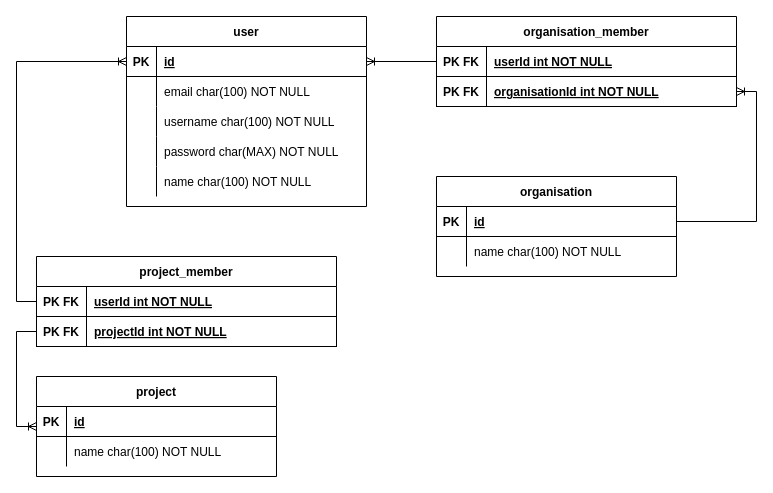
Earlier version of the draw.io diagram timeo.drawio (steffengeipel/timeo-api). Source tidied: cells renumbered, new cells numbered last; positions are measured from the earlier drawing's top-left corner, leaving out a move shared by most shapes. Both pictures are drawn from the tidied source at 100%, with x=0, y=0 at pixel (36, 16).
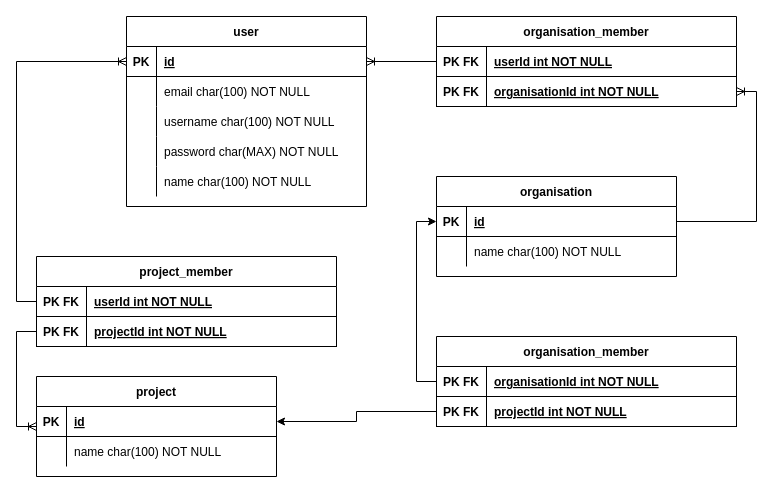
Above is the later version.

The change refers to these unchanged cells:
```xml
<mxCell id="3" style="shape=partialRectangle;fillColor=none;top=0;left=0;bottom=1;right=0;points=[[0,0.5],[1,0.5]];portConstraint=eastwest;" parent="2" vertex="1">
  <mxGeometry y="30" width="240" height="30" as="geometry" />
</mxCell>
<mxCell id="26" style="shape=partialRectangle;fillColor=none;top=0;left=0;bottom=1;right=0;points=[[0,0.5],[1,0.5]];portConstraint=eastwest;" parent="25" vertex="1">
  <mxGeometry y="30" width="240" height="30" as="geometry" />
</mxCell>
```

The edit, as a diff of the source:
```diff
@@
+    <mxCell id="50" value="organisation_member" style="shape=table;startSize=30;childLayout=tableLayout;rowLines=0;fontStyle=1;align=center;" parent="1" vertex="1">
+      <mxGeometry x="400" y="320" width="300" height="90" as="geometry" />
+    </mxCell>
+    <mxCell id="51" style="shape=partialRectangle;fillColor=none;top=0;left=0;bottom=1;right=0;points=[[0,0.5],[1,0.5]];portConstraint=eastwest;" parent="50" vertex="1">
+      <mxGeometry y="30" width="300" height="30" as="geometry" />
+    </mxCell>
+    <mxCell id="52" value="PK FK" style="shape=partialRectangle;fillColor=none;top=0;left=0;bottom=0;right=0;fontStyle=1;overflow=hidden;" parent="51" vertex="1">
+      <mxGeometry width="50" height="30" as="geometry" />
+    </mxCell>
+    <mxCell id="53" value="organisationId int NOT NULL" style="shape=partialRectangle;fillColor=none;top=0;left=0;bottom=0;right=0;align=left;spacingLeft=6;fontStyle=5;overflow=hidden;" parent="51" vertex="1">
+      <mxGeometry x="50" width="250" height="30" as="geometry" />
+    </mxCell>
+    <mxCell id="54" style="shape=partialRectangle;fillColor=none;top=0;left=0;bottom=1;right=0;points=[[0,0.5],[1,0.5]];portConstraint=eastwest;" parent="50" vertex="1">
+      <mxGeometry y="60" width="300" height="30" as="geometry" />
+    </mxCell>
+    <mxCell id="55" value="PK FK" style="shape=partialRectangle;fillColor=none;top=0;left=0;bottom=0;right=0;fontStyle=1;overflow=hidden;" parent="54" vertex="1">
+      <mxGeometry width="50" height="30" as="geometry" />
+    </mxCell>
+    <mxCell id="56" value="projectId int NOT NULL" style="shape=partialRectangle;fillColor=none;top=0;left=0;bottom=0;right=0;align=left;spacingLeft=6;fontStyle=5;overflow=hidden;" parent="54" vertex="1">
+      <mxGeometry x="50" width="250" height="30" as="geometry" />
+    </mxCell>
+    <mxCell id="57" style="edgeStyle=orthogonalEdgeStyle;rounded=0;jettySize=auto;html=1;exitX=0;exitY=0.5;exitDx=0;exitDy=0;entryX=1;entryY=0.5;entryDx=0;entryDy=0;" parent="1" edge="1" source="54" target="3">
+      <mxGeometry relative="1" as="geometry" />
+    </mxCell>
+    <mxCell id="58" style="edgeStyle=orthogonalEdgeStyle;rounded=0;jettySize=auto;html=1;entryX=0;entryY=0.5;entryDx=0;entryDy=0;" parent="1" edge="1" source="51" target="26">
+      <mxGeometry relative="1" as="geometry" />
+    </mxCell>
```
